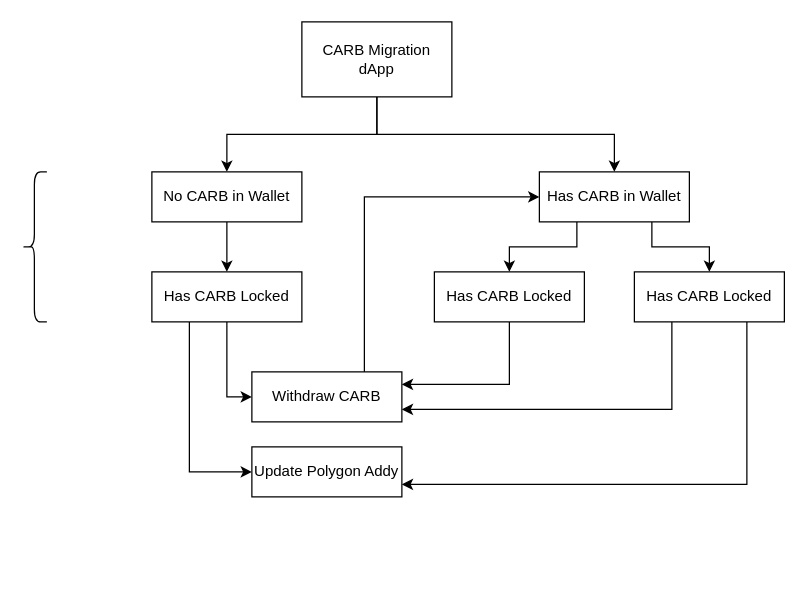
Above: CarbMigration.drawio in Carbon-Labs/Diagrams (draw.io), before the change. Source tidied: cells renumbered, new cells numbered last; positions are measured from the earlier drawing's top-left corner, leaving out a move shared by most shapes. Both pictures are drawn from the tidied source at 125%, with x=0, y=0 at pixel (21, 21).
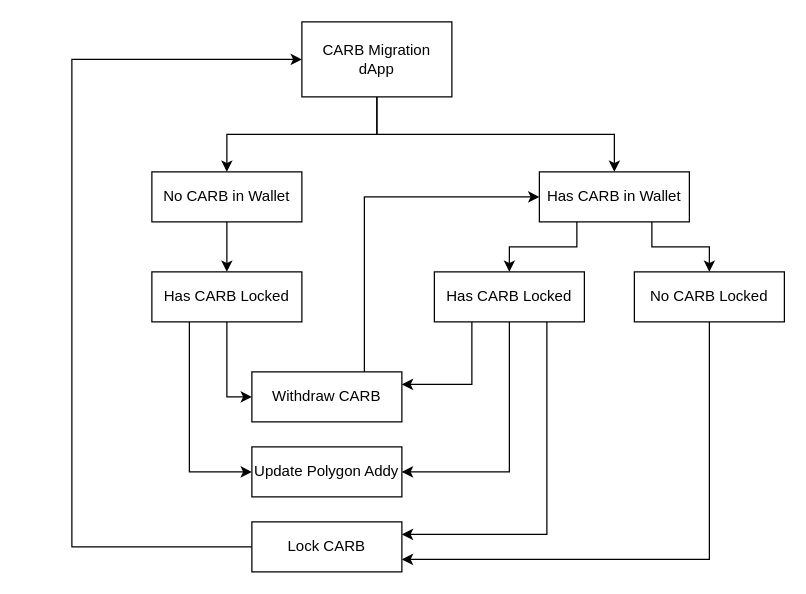
After the change.

Unchanged cells that the change refers to:
```xml
<mxCell id="4" value="CARB Migration&lt;br&gt;dApp" style="rounded=0;whiteSpace=wrap;html=1;" parent="1" vertex="1">
  <mxGeometry x="224" width="120" height="60" as="geometry" />
</mxCell>
<mxCell id="14" value="Withdraw CARB" style="rounded=0;whiteSpace=wrap;html=1;" parent="1" vertex="1">
  <mxGeometry x="184" y="280" width="120" height="40" as="geometry" />
</mxCell>
<mxCell id="15" value="Update Polygon Addy" style="rounded=0;whiteSpace=wrap;html=1;" parent="1" vertex="1">
  <mxGeometry x="184" y="340" width="120" height="40" as="geometry" />
</mxCell>
<mxCell id="18" value="Has CARB Locked" style="rounded=0;whiteSpace=wrap;html=1;" parent="1" vertex="1">
  <mxGeometry x="330" y="200" width="120" height="40" as="geometry" />
</mxCell>
```

Diff of the diagram source:
```diff
@@
-    <mxCell id="16" style="shape=curlyBracket;whiteSpace=wrap;html=1;rounded=1;labelPosition=left;verticalLabelPosition=middle;align=right;verticalAlign=middle;" parent="1" vertex="1">
-      <mxGeometry y="120" width="20" height="120" as="geometry" />
-    </mxCell>
-    <mxCell id="17" style="edgeStyle=orthogonalEdgeStyle;rounded=0;jettySize=auto;html=1;exitX=0.5;exitY=1;exitDx=0;exitDy=0;entryX=1;entryY=0.25;entryDx=0;entryDy=0;" parent="1" edge="1" source="18" target="14">
+    <mxCell id="17" style="edgeStyle=orthogonalEdgeStyle;rounded=0;jettySize=auto;html=1;exitX=0.25;exitY=1;exitDx=0;exitDy=0;entryX=1;entryY=0.25;entryDx=0;entryDy=0;" parent="1" edge="1" source="18" target="14">
       <mxGeometry relative="1" as="geometry" />
     </mxCell>
+    <mxCell id="22" style="edgeStyle=orthogonalEdgeStyle;rounded=0;jettySize=auto;html=1;exitX=0.5;exitY=1;exitDx=0;exitDy=0;entryX=1;entryY=0.5;entryDx=0;entryDy=0;" parent="1" edge="1" source="18" target="15">
+      <mxGeometry relative="1" as="geometry" />
+    </mxCell>
+    <mxCell id="23" style="edgeStyle=orthogonalEdgeStyle;rounded=0;jettySize=auto;html=1;exitX=0.75;exitY=1;exitDx=0;exitDy=0;entryX=1;entryY=0.25;entryDx=0;entryDy=0;" parent="1" edge="1" source="18" target="26">
+      <mxGeometry relative="1" as="geometry" />
+    </mxCell>
@@
-    <mxCell id="19" style="edgeStyle=orthogonalEdgeStyle;rounded=0;jettySize=auto;html=1;exitX=0.75;exitY=1;exitDx=0;exitDy=0;entryX=1;entryY=0.75;entryDx=0;entryDy=0;" parent="1" edge="1" source="21" target="15">
-      <mxGeometry relative="1" as="geometry" />
-    </mxCell>
-    <mxCell id="20" style="edgeStyle=orthogonalEdgeStyle;rounded=0;jettySize=auto;html=1;exitX=0.25;exitY=1;exitDx=0;exitDy=0;entryX=1;entryY=0.75;entryDx=0;entryDy=0;" parent="1" edge="1" source="21" target="14">
-      <mxGeometry relative="1" as="geometry" />
-    </mxCell>
+    <mxCell id="24" style="edgeStyle=orthogonalEdgeStyle;rounded=0;jettySize=auto;html=1;exitX=0.5;exitY=1;exitDx=0;exitDy=0;entryX=1;entryY=0.75;entryDx=0;entryDy=0;" parent="1" edge="1" source="21" target="26">
+      <mxGeometry relative="1" as="geometry" />
+    </mxCell>
-    <mxCell id="21" value="Has CARB Locked" style="rounded=0;whiteSpace=wrap;html=1;" parent="1" vertex="1">
+    <mxCell id="21" value="No CARB Locked" style="rounded=0;whiteSpace=wrap;html=1;" parent="1" vertex="1">
       <mxGeometry x="490" y="200" width="120" height="40" as="geometry" />
     </mxCell>
+    <mxCell id="25" style="edgeStyle=orthogonalEdgeStyle;rounded=0;jettySize=auto;html=1;exitX=0;exitY=0.5;exitDx=0;exitDy=0;entryX=0;entryY=0.5;entryDx=0;entryDy=0;" parent="1" edge="1" source="26" target="4">
+      <mxGeometry relative="1" as="geometry">
+        <Array as="points">
+          <mxPoint x="40" y="420" />
+          <mxPoint x="40" y="30" />
+        </Array>
+      </mxGeometry>
+    </mxCell>
+    <mxCell id="26" value="Lock CARB" style="rounded=0;whiteSpace=wrap;html=1;" parent="1" vertex="1">
+      <mxGeometry x="184" y="400" width="120" height="40" as="geometry" />
+    </mxCell>
```
